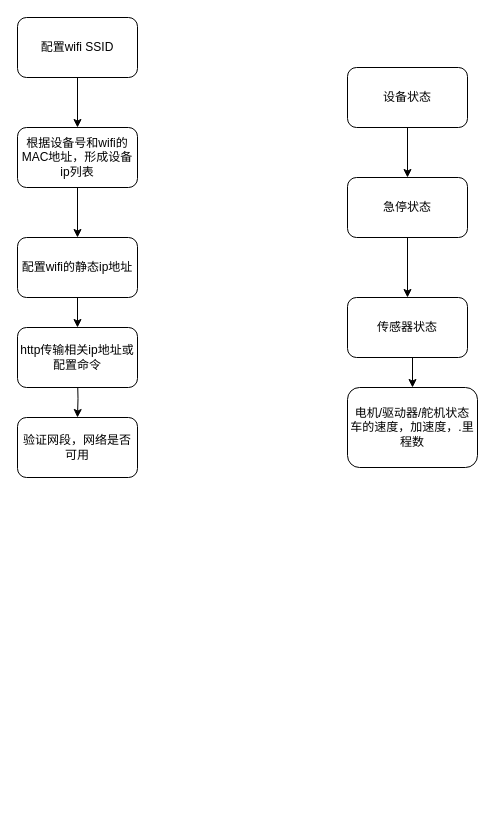
Above: Untitled Diagram.drawio in yyjqr/IMU (draw.io), before the change. Source tidied: cells renumbered, new cells numbered last; positions are measured from the earlier drawing's top-left corner, leaving out a move shared by most shapes. Both pictures are drawn from the tidied source at 100%, with x=0, y=0 at pixel (17, 17).
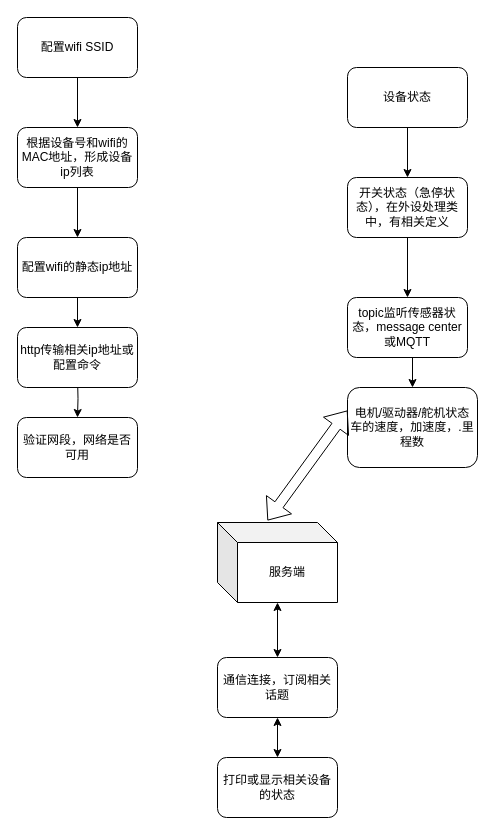
The same page after the edit.

Diff of the diagram source:
```diff
@@
-    <mxCell id="13" value="急停状态" style="rounded=1;whiteSpace=wrap;html=1;" parent="1" vertex="1">
+    <mxCell id="13" value="开关状态（急停状态），在外设处理类中，有相关定义" style="rounded=1;whiteSpace=wrap;html=1;" parent="1" vertex="1">
       <mxGeometry x="330" y="160" width="120" height="60" as="geometry" />
     </mxCell>
@@
-    <mxCell id="16" value="传感器状态" style="rounded=1;whiteSpace=wrap;html=1;" parent="1" vertex="1">
+    <mxCell id="16" value="topic监听传感器状态，message center或MQTT" style="rounded=1;whiteSpace=wrap;html=1;" parent="1" vertex="1">
       <mxGeometry x="330" y="280" width="120" height="60" as="geometry" />
     </mxCell>
@@
+    <mxCell id="18" value="服务端" style="shape=cube;whiteSpace=wrap;html=1;boundedLbl=1;backgroundOutline=1;darkOpacity=0.05;darkOpacity2=0.1;" parent="1" vertex="1">
+      <mxGeometry x="200" y="505" width="120" height="80" as="geometry" />
+    </mxCell>
+    <mxCell id="19" value="通信连接，订阅相关话题" style="rounded=1;whiteSpace=wrap;html=1;" parent="1" vertex="1">
+      <mxGeometry x="200" y="640" width="120" height="60" as="geometry" />
+    </mxCell>
+    <mxCell id="20" style="shape=flexArrow;endArrow=classic;startArrow=classic;html=1;rounded=0;entryX=0;entryY=0.25;entryDx=0;entryDy=0;" parent="1" edge="1">
+      <mxGeometry relative="1" as="geometry">
+        <mxPoint x="250" y="503" as="sourcePoint" />
+        <mxPoint x="330" y="393" as="targetPoint" />
+      </mxGeometry>
+    </mxCell>
+    <mxCell id="21" style="endArrow=classic;startArrow=classic;html=1;rounded=0;entryX=0.5;entryY=1;entryDx=0;entryDy=0;entryPerimeter=0;" parent="1" edge="1" source="19" target="18">
+      <mxGeometry relative="1" as="geometry" />
+    </mxCell>
+    <mxCell id="22" value="打印或显示相关设备的状态" style="rounded=1;whiteSpace=wrap;html=1;" parent="1" vertex="1">
+      <mxGeometry x="200" y="740" width="120" height="60" as="geometry" />
+    </mxCell>
+    <mxCell id="23" style="endArrow=classic;startArrow=classic;html=1;rounded=0;exitX=0.5;exitY=0;exitDx=0;exitDy=0;entryX=0.5;entryY=1;entryDx=0;entryDy=0;" parent="1" edge="1" source="22" target="19">
+      <mxGeometry relative="1" as="geometry" />
+    </mxCell>
```
